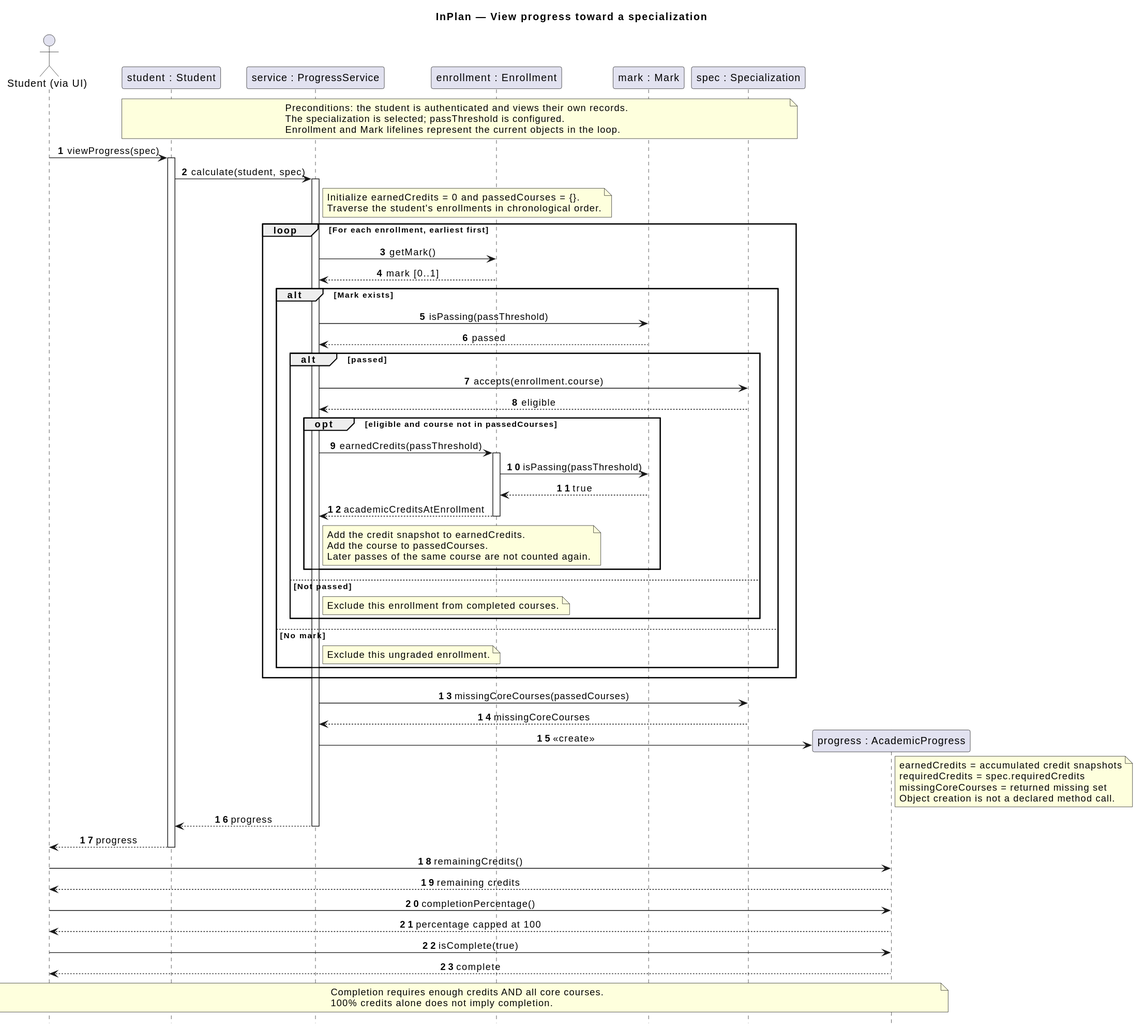
Before: lab7/sequence-diagram.svg, a diagram exported from PlantUML (InnoSoftwareArchitectureTeam/main).
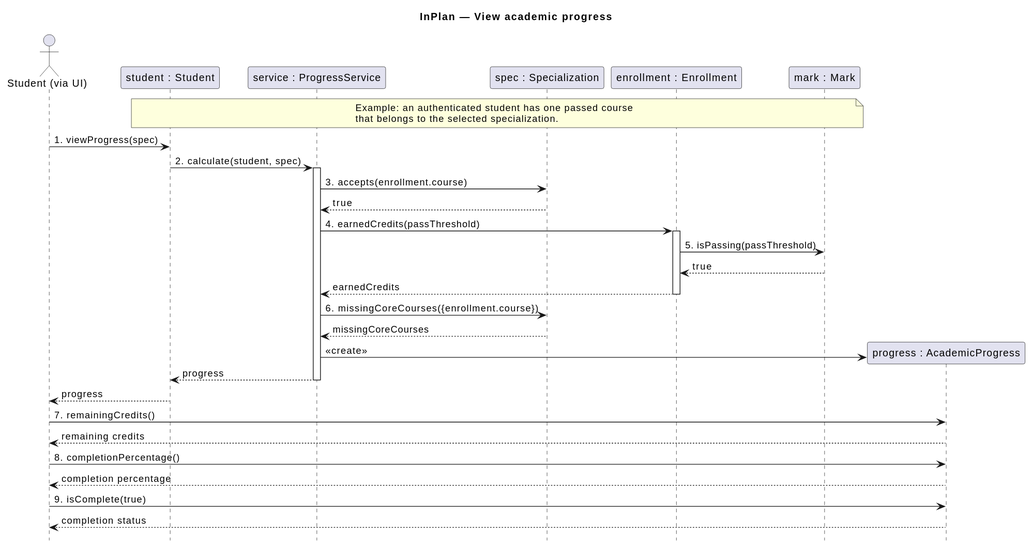
After the change.

Commit message:
Simplify lab 7 to a single academic progress scenario

What changed in the source:
```diff
@@ -1,86 +1,45 @@
 @startuml
-title InPlan — View progress toward a specialization
+title InPlan — View academic progress
 hide footbox
-autonumber
 skinparam shadowing false
 skinparam defaultFontName SansSerif
-skinparam sequenceMessageAlign center
 
 actor "Student (via UI)" as User
 participant "student : Student" as Student
 participant "service : ProgressService" as Service
+participant "spec : Specialization" as Spec
 participant "enrollment : Enrollment" as Enrollment
 participant "mark : Mark" as Mark
-participant "spec : Specialization" as Spec
 
-note over Student, Spec
-  Preconditions: the student is authenticated and views their own records.
-  The specialization is selected; passThreshold is configured.
-  Enrollment and Mark lifelines represent the current objects in the loop.
+note over Student, Mark
+  Example: an authenticated student has one passed course
+  that belongs to the selected specialization.
 end note
 
-User -> Student : viewProgress(spec)
-activate Student
-Student -> Service : calculate(student, spec)
+User -> Student : 1. viewProgress(spec)
+Student -> Service : 2. calculate(student, spec)
 activate Service
-note right of Service
-  Initialize earnedCredits = 0 and passedCourses = {}.
-  Traverse the student's enrollments in chronological order.
-end note
+Service -> Spec : 3. accepts(enrollment.course)
+Spec --> Service : true
+Service -> Enrollment : 4. earnedCredits(passThreshold)
+activate Enrollment
+Enrollment -> Mark : 5. isPassing(passThreshold)
+Mark --> Enrollment : true
+Enrollment --> Service : earnedCredits
+deactivate Enrollment
+Service -> Spec : 6. missingCoreCourses({enrollment.course})
+Spec --> Service : missingCoreCourses
 
-loop For each enrollment, earliest first
-  Service -> Enrollment : getMark()
-  Enrollment --> Service : mark [0..1]
-  alt Mark exists
-    Service -> Mark : isPassing(passThreshold)
-    Mark --> Service : passed
-    alt passed
-      Service -> Spec : accepts(enrollment.course)
-      Spec --> Service : eligible
-      opt eligible and course not in passedCourses
-        Service -> Enrollment : earnedCredits(passThreshold)
-        activate Enrollment
-        Enrollment -> Mark : isPassing(passThreshold)
-        Mark --> Enrollment : true
-        Enrollment --> Service : academicCreditsAtEnrollment
-        deactivate Enrollment
-        note right of Service
-          Add the credit snapshot to earnedCredits.
-          Add the course to passedCourses.
-          Later passes of the same course are not counted again.
-        end note
-      end
-    else Not passed
-      note right of Service : Exclude this enrollment from completed courses.
-    end
-  else No mark
-    note right of Service : Exclude this ungraded enrollment.
-  end
-end
-
-Service -> Spec : missingCoreCourses(passedCourses)
-Spec --> Service : missingCoreCourses
 create participant "progress : AcademicProgress" as Progress
 Service -> Progress : <<create>>
-note right of Progress
-  earnedCredits = accumulated credit snapshots
-  requiredCredits = spec.requiredCredits
-  missingCoreCourses = returned missing set
-  Object creation is not a declared method call.
-end note
 Service --> Student : progress
 deactivate Service
 Student --> User : progress
-deactivate Student
 
-User -> Progress : remainingCredits()
+User -> Progress : 7. remainingCredits()
 Progress --> User : remaining credits
-User -> Progress : completionPercentage()
-Progress --> User : percentage capped at 100
-User -> Progress : isComplete(true)
-Progress --> User : complete
-note over User, Progress
-  Completion requires enough credits AND all core courses.
-  100% credits alone does not imply completion.
-end note
+User -> Progress : 8. completionPercentage()
+Progress --> User : completion percentage
+User -> Progress : 9. isComplete(true)
+Progress --> User : completion status
 @enduml
```
